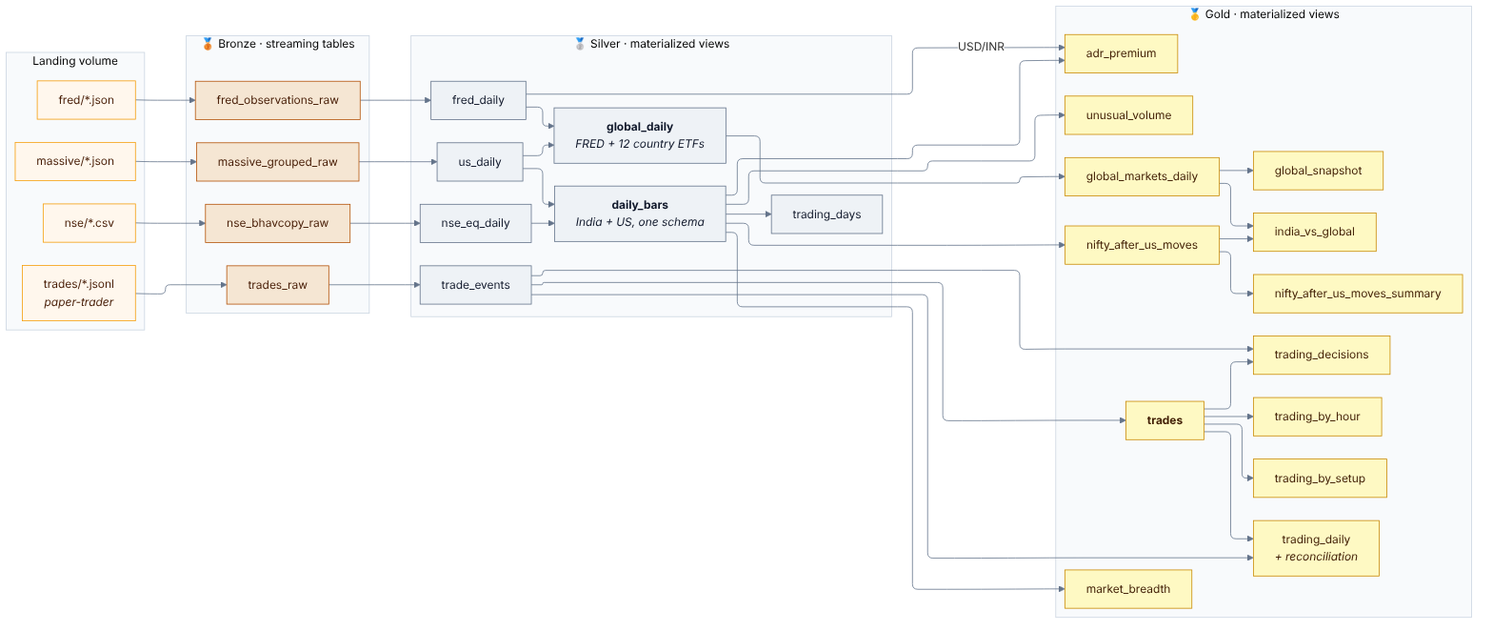
Earlier version of the Mermaid export docs/diagrams/03_lineage.png (bumblebee26/stocks_lakehouse). Its source is kept beside it as docs/diagrams/03_lineage.mmd. Source of this version:
```mermaid
---
config:
  layout: elk
  elk:
    mergeEdges: false
    nodePlacementStrategy: NETWORK_SIMPLEX
---
flowchart LR
    subgraph LAND["Landing volume"]
        direction TB
        LN["nse/*.csv"]
        LM["massive/*.json"]
        LF["fred/*.json"]
        LT["trades/*.jsonl<br/><i>paper-trader</i>"]
    end

    subgraph B["🥉 Bronze · streaming tables"]
        direction TB
        B1["nse_bhavcopy_raw"]
        B2["massive_grouped_raw"]
        B3["fred_observations_raw"]
        B4["trades_raw"]
    end

    subgraph S["🥈 Silver · materialized views"]
        direction TB
        S1["nse_eq_daily"]
        S2["us_daily"]
        S3["<b>daily_bars</b><br/><i>India + US, one schema</i>"]
        S4["trading_days"]
        S5["fred_daily"]
        S6["<b>global_daily</b><br/><i>FRED + 12 country ETFs</i>"]
        S7["trade_events"]
    end

    subgraph G["🥇 Gold · materialized views"]
        direction TB
        G1["unusual_volume"]
        G2["market_breadth"]
        G3["nifty_after_us_moves"]
        G4["nifty_after_us_moves_summary"]
        G5["adr_premium"]
        G6["global_markets_daily"]
        G7["global_snapshot"]
        G8["india_vs_global"]
        G9["<b>trades</b>"]
        G10["trading_daily<br/><i>+ reconciliation</i>"]
        G11["trading_by_setup"]
        G12["trading_by_hour"]
        G13["trading_decisions"]
    end

    LN --> B1 --> S1 --> S3
    LM --> B2 --> S2 --> S3
    LF --> B3 --> S5 --> S6
    S2 --> S6
    S3 --> S4
    S3 --> G1
    S3 --> G2
    S3 --> G3 --> G4
    S3 --> G5
    S5 -- "USD/INR" --> G5
    S6 --> G6 --> G7
    G6 --> G8
    G3 --> G8
    LT --> B4 --> S7 --> G9
    G9 --> G10
    S7 --> G10
    G9 --> G11
    G9 --> G12
    G9 --> G13
    S7 --> G13

    classDef land fill:#fff7ed,stroke:#f59e0b,color:#451a03
    classDef bronze fill:#f5e6d3,stroke:#b45309,color:#451a03
    classDef silver fill:#eef2f6,stroke:#64748b,color:#0f172a
    classDef gold fill:#fef9c3,stroke:#ca8a04,color:#422006
    class LN,LM,LF,LT land
    class B1,B2,B3,B4 bronze
    class S1,S2,S3,S4,S5,S6,S7 silver
    class G1,G2,G3,G4,G5,G6,G7,G8,G9,G10,G11,G12,G13 gold
```
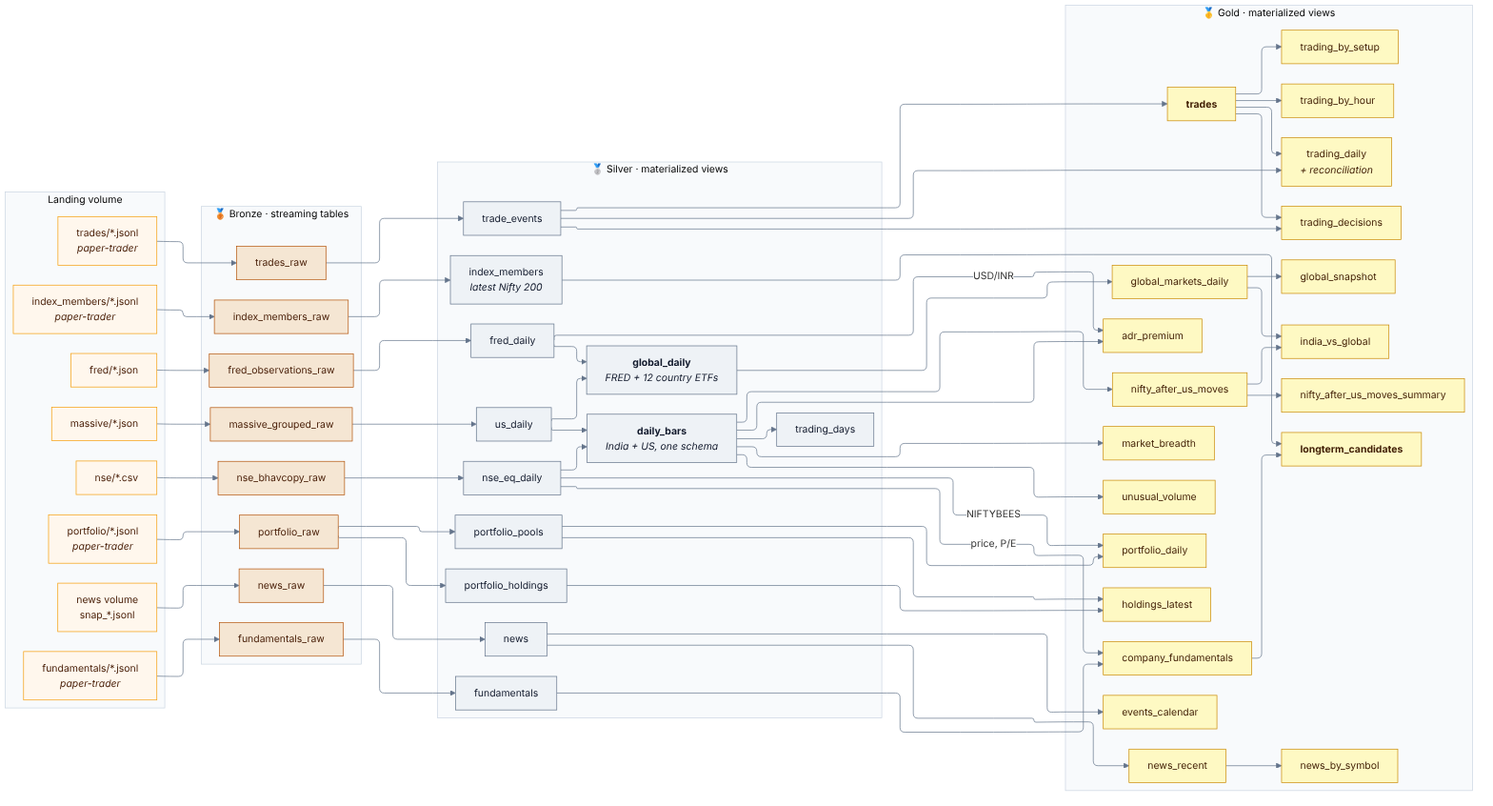
The same file after the commit.

Change to the diagram source:
```diff
@@ -12,6 +12,10 @@
         LM["massive/*.json"]
         LF["fred/*.json"]
         LT["trades/*.jsonl<br/><i>paper-trader</i>"]
+        LP["portfolio/*.jsonl<br/><i>paper-trader</i>"]
+        LU["fundamentals/*.jsonl<br/><i>paper-trader</i>"]
+        LI["index_members/*.jsonl<br/><i>paper-trader</i>"]
+        LW["news volume<br/>snap_*.jsonl"]
     end
 
     subgraph B["🥉 Bronze · streaming tables"]
@@ -20,6 +24,10 @@
         B2["massive_grouped_raw"]
         B3["fred_observations_raw"]
         B4["trades_raw"]
+        B5["portfolio_raw"]
+        B6["fundamentals_raw"]
+        B7["index_members_raw"]
+        B8["news_raw"]
     end
 
     subgraph S["🥈 Silver · materialized views"]
@@ -31,6 +39,11 @@
         S5["fred_daily"]
         S6["<b>global_daily</b><br/><i>FRED + 12 country ETFs</i>"]
         S7["trade_events"]
+        S8["portfolio_pools"]
+        S9["portfolio_holdings"]
+        S10["fundamentals"]
+        S11["index_members<br/><i>latest Nifty 200</i>"]
+        S12["news"]
     end
 
     subgraph G["🥇 Gold · materialized views"]
@@ -48,6 +61,13 @@
         G11["trading_by_setup"]
         G12["trading_by_hour"]
         G13["trading_decisions"]
+        G14["portfolio_daily"]
+        G15["holdings_latest"]
+        G16["company_fundamentals"]
+        G17["<b>longterm_candidates</b>"]
+        G18["news_recent"]
+        G19["news_by_symbol"]
+        G20["events_calendar"]
     end
 
     LN --> B1 --> S1 --> S3
@@ -70,12 +90,25 @@
     G9 --> G12
     G9 --> G13
     S7 --> G13
+    LP --> B5
+    B5 --> S8
+    B5 --> S9
+    S8 --> G14
+    S1 -- "NIFTYBEES" --> G14
+    S9 --> G15
+    S8 --> G15
+    LU --> B6 --> S10 --> G16
+    S1 -- "price, P/E" --> G16
+    LI --> B7 --> S11 --> G17
+    G16 --> G17
+    LW --> B8 --> S12 --> G18 --> G19
+    S12 --> G20
 
     classDef land fill:#fff7ed,stroke:#f59e0b,color:#451a03
     classDef bronze fill:#f5e6d3,stroke:#b45309,color:#451a03
     classDef silver fill:#eef2f6,stroke:#64748b,color:#0f172a
     classDef gold fill:#fef9c3,stroke:#ca8a04,color:#422006
-    class LN,LM,LF,LT land
-    class B1,B2,B3,B4 bronze
-    class S1,S2,S3,S4,S5,S6,S7 silver
-    class G1,G2,G3,G4,G5,G6,G7,G8,G9,G10,G11,G12,G13 gold
+    class LN,LM,LF,LT,LP,LU,LI,LW land
+    class B1,B2,B3,B4,B5,B6,B7,B8 bronze
+    class S1,S2,S3,S4,S5,S6,S7,S8,S9,S10,S11,S12 silver
+    class G1,G2,G3,G4,G5,G6,G7,G8,G9,G10,G11,G12,G13,G14,G15,G16,G17,G18,G19,G20 gold
```
